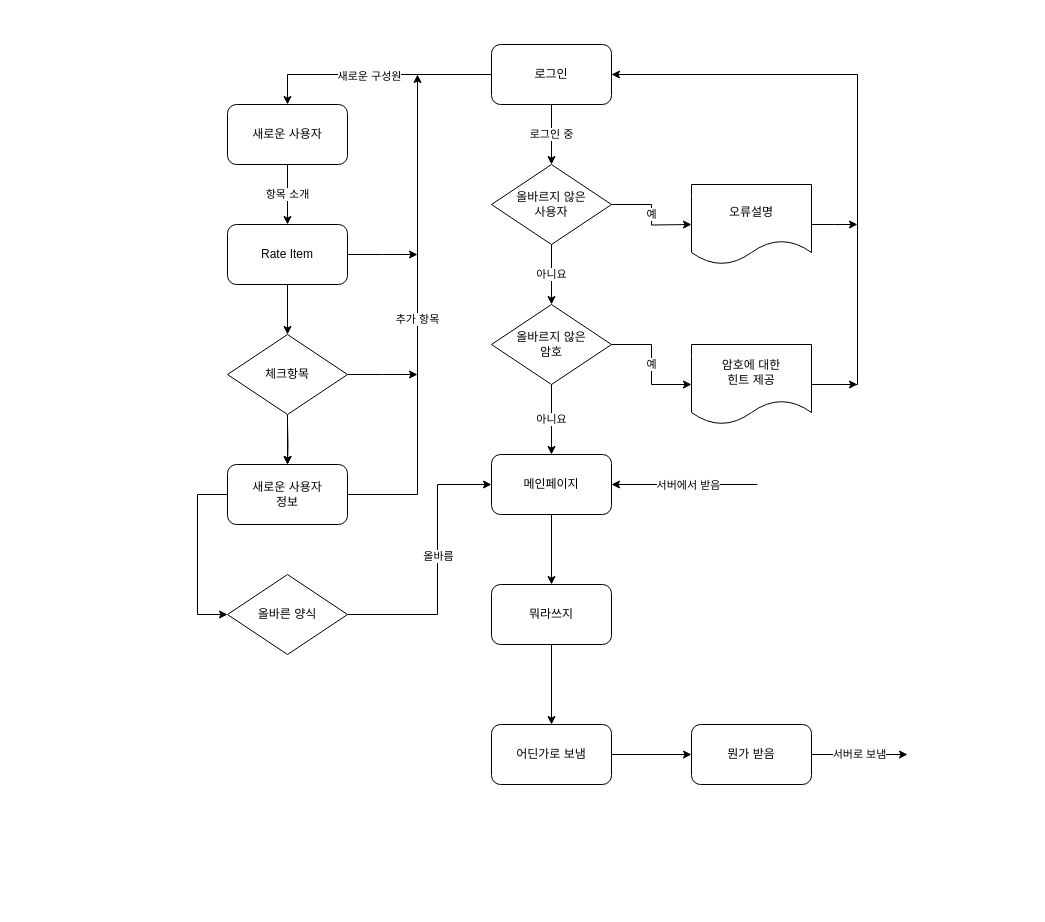
This is pageflow.drawio from I-m-Codefix/pageflow, a draw.io file, before an edit. Source tidied: cells renumbered, new cells numbered last; positions are measured from the earlier drawing's top-left corner, leaving out a move shared by most shapes. Both pictures are drawn from the tidied source at 100%, with x=0, y=0 at pixel (197, 44).
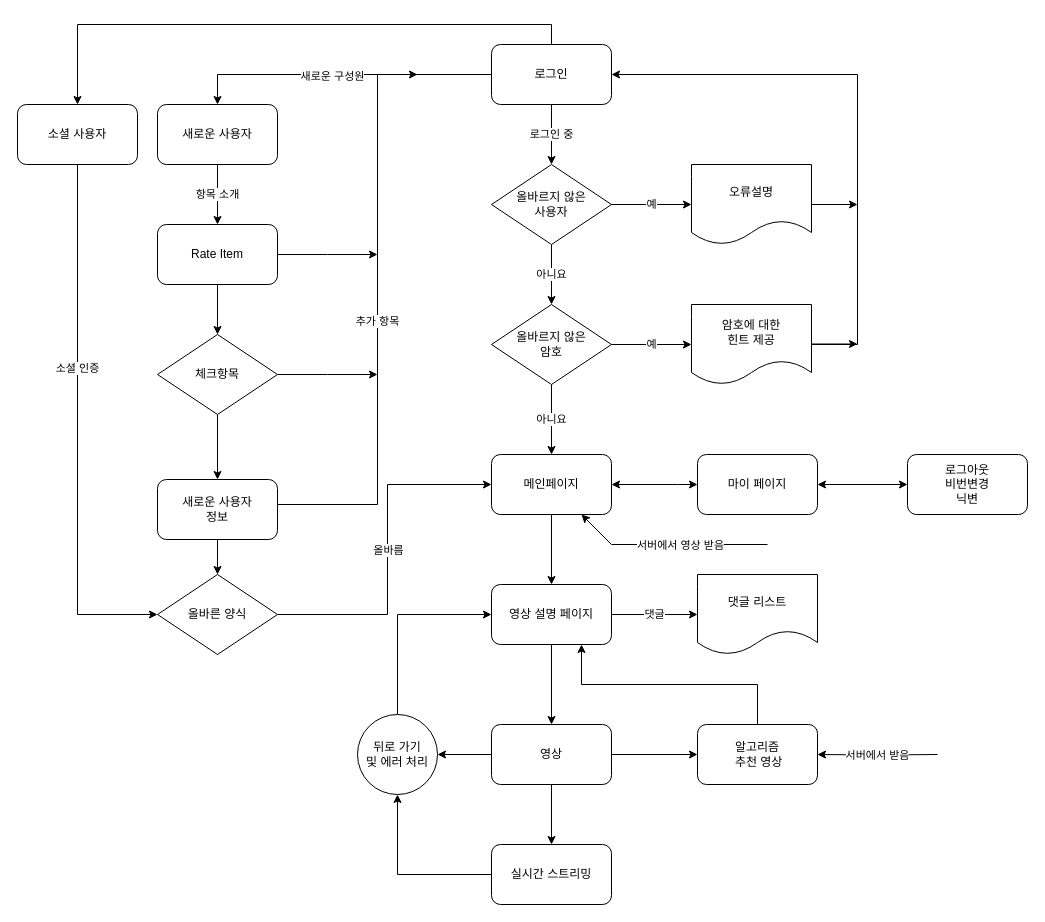
After the change.

Unchanged cells that the change refers to:
```xml
<mxCell id="5" value="로그인" style="rounded=1;whiteSpace=wrap;html=1;" parent="1" vertex="1">
  <mxGeometry x="294" width="120" height="60" as="geometry" />
</mxCell>
<mxCell id="8" value="올바르지 않은 &lt;br&gt;사용자" style="rhombus;whiteSpace=wrap;html=1;" parent="1" vertex="1">
  <mxGeometry x="294" y="120" width="120" height="80" as="geometry" />
</mxCell>
<mxCell id="22" value="메인페이지" style="rounded=1;whiteSpace=wrap;html=1;" parent="1" vertex="1">
  <mxGeometry x="294" y="410" width="120" height="60" as="geometry" />
</mxCell>
```

What changed in the source:
```diff
@@
+    <mxCell id="42" style="edgeStyle=orthogonalEdgeStyle;rounded=0;jettySize=auto;html=1;exitX=0.5;exitY=0;exitDx=0;exitDy=0;entryX=0.5;entryY=0;entryDx=0;entryDy=0;" parent="1" edge="1" source="5" target="53">
+      <mxGeometry relative="1" as="geometry" />
+    </mxCell>
@@
-    <mxCell id="7" value="예" style="edgeStyle=orthogonalEdgeStyle;rounded=0;jettySize=auto;html=1;" parent="1" edge="1" source="8">
-      <mxGeometry relative="1" as="geometry">
-        <mxPoint x="494" y="180" as="targetPoint" />
-      </mxGeometry>
+    <mxCell id="7" value="예" style="edgeStyle=orthogonalEdgeStyle;rounded=0;jettySize=auto;html=1;entryX=0;entryY=0.5;entryDx=0;entryDy=0;" parent="1" edge="1" source="8" target="13">
+      <mxGeometry relative="1" as="geometry" />
     </mxCell>
@@
     <mxCell id="12" style="edgeStyle=orthogonalEdgeStyle;rounded=0;jettySize=auto;html=1;exitX=1;exitY=0.5;exitDx=0;exitDy=0;" parent="1" edge="1" source="13">
       <mxGeometry relative="1" as="geometry">
-        <mxPoint x="660" y="180" as="targetPoint" />
+        <mxPoint x="660" y="160" as="targetPoint" />
+        <Array as="points">
+          <mxPoint x="660" y="160" />
+        </Array>
       </mxGeometry>
     </mxCell>
     <mxCell id="13" value="오류설명" style="shape=document;whiteSpace=wrap;html=1;boundedLbl=1;" parent="1" vertex="1">
-      <mxGeometry x="494" y="140" width="120" height="80" as="geometry" />
+      <mxGeometry x="494" y="120" width="120" height="80" as="geometry" />
     </mxCell>
     <mxCell id="14" style="edgeStyle=orthogonalEdgeStyle;rounded=0;jettySize=auto;html=1;exitX=1;exitY=0.5;exitDx=0;exitDy=0;entryX=1;entryY=0.5;entryDx=0;entryDy=0;" parent="1" edge="1" source="15" target="5">
       <mxGeometry relative="1" as="geometry">
         <Array as="points">
-          <mxPoint x="660" y="340" />
+          <mxPoint x="660" y="300" />
           <mxPoint x="660" y="30" />
         </Array>
       </mxGeometry>
     </mxCell>
     <mxCell id="15" value="암호에 대한 &lt;br&gt;힌트 제공" style="shape=document;whiteSpace=wrap;html=1;boundedLbl=1;" parent="1" vertex="1">
-      <mxGeometry x="494" y="300" width="120" height="80" as="geometry" />
+      <mxGeometry x="494" y="260" width="120" height="80" as="geometry" />
     </mxCell>
@@
     <mxCell id="17" value="새로운 사용자" style="rounded=1;whiteSpace=wrap;html=1;" parent="1" vertex="1">
-      <mxGeometry x="30" y="60" width="120" height="60" as="geometry" />
+      <mxGeometry x="-40" y="60" width="120" height="60" as="geometry" />
     </mxCell>
@@
     <mxCell id="19" style="edgeStyle=orthogonalEdgeStyle;rounded=0;jettySize=auto;html=1;exitX=1;exitY=0.5;exitDx=0;exitDy=0;" parent="1" edge="1" source="20">
       <mxGeometry relative="1" as="geometry">
-        <mxPoint x="220" y="210" as="targetPoint" />
+        <mxPoint x="180" y="210" as="targetPoint" />
       </mxGeometry>
     </mxCell>
     <mxCell id="20" value="Rate Item" style="whiteSpace=wrap;html=1;rounded=1;" parent="1" vertex="1">
-      <mxGeometry x="30" y="180" width="120" height="60" as="geometry" />
+      <mxGeometry x="-40" y="180" width="120" height="60" as="geometry" />
     </mxCell>
@@
-    <mxCell id="23" style="edgeStyle=orthogonalEdgeStyle;rounded=0;jettySize=auto;html=1;" parent="1" edge="1" target="29">
-      <mxGeometry relative="1" as="geometry">
-        <mxPoint x="90" y="380" as="sourcePoint" />
-      </mxGeometry>
-    </mxCell>
+    <mxCell id="25" style="edgeStyle=orthogonalEdgeStyle;rounded=0;jettySize=auto;html=1;exitX=1;exitY=0.5;exitDx=0;exitDy=0;" parent="1" edge="1" source="26">
+      <mxGeometry relative="1" as="geometry">
+        <mxPoint x="180" y="330" as="targetPoint" />
+      </mxGeometry>
+    </mxCell>
-    <mxCell id="24" style="edgeStyle=orthogonalEdgeStyle;rounded=0;jettySize=auto;html=1;" parent="1" edge="1" source="26" target="29">
+    <mxCell id="24" style="edgeStyle=orthogonalEdgeStyle;rounded=0;jettySize=auto;html=1;exitX=0.5;exitY=1;exitDx=0;exitDy=0;entryX=0.5;entryY=0;entryDx=0;entryDy=0;" parent="1" edge="1" source="26" target="29">
       <mxGeometry relative="1" as="geometry" />
     </mxCell>
-    <mxCell id="25" style="edgeStyle=orthogonalEdgeStyle;rounded=0;jettySize=auto;html=1;exitX=1;exitY=0.5;exitDx=0;exitDy=0;" parent="1" edge="1" source="26">
-      <mxGeometry relative="1" as="geometry">
-        <mxPoint x="220" y="330" as="targetPoint" />
-      </mxGeometry>
-    </mxCell>
     <mxCell id="26" value="체크항목" style="rhombus;whiteSpace=wrap;html=1;" parent="1" vertex="1">
-      <mxGeometry x="30" y="290" width="120" height="80" as="geometry" />
+      <mxGeometry x="-40" y="290" width="120" height="80" as="geometry" />
     </mxCell>
     <mxCell id="27" value="추가 항목" style="edgeStyle=orthogonalEdgeStyle;rounded=0;jettySize=auto;html=1;exitX=1;exitY=0.5;exitDx=0;exitDy=0;" parent="1" edge="1" source="29">
       <mxGeometry relative="1" as="geometry">
         <mxPoint x="220" y="30" as="targetPoint" />
         <Array as="points">
-          <mxPoint x="220" y="450" />
+          <mxPoint x="80" y="460" />
+          <mxPoint x="180" y="460" />
+          <mxPoint x="180" y="30" />
         </Array>
       </mxGeometry>
     </mxCell>
-    <mxCell id="28" style="edgeStyle=orthogonalEdgeStyle;rounded=0;jettySize=auto;html=1;exitX=0;exitY=0.5;exitDx=0;exitDy=0;entryX=0;entryY=0.5;entryDx=0;entryDy=0;" parent="1" edge="1" source="29" target="32">
-      <mxGeometry relative="1" as="geometry">
-        <Array as="points">
-          <mxPoint y="450" />
-          <mxPoint y="570" />
-        </Array>
-      </mxGeometry>
+    <mxCell id="28" style="edgeStyle=orthogonalEdgeStyle;rounded=0;jettySize=auto;html=1;exitX=0.5;exitY=1;exitDx=0;exitDy=0;entryX=0.5;entryY=0;entryDx=0;entryDy=0;" parent="1" edge="1" source="29" target="32">
+      <mxGeometry relative="1" as="geometry" />
     </mxCell>
     <mxCell id="29" value="새로운 사용자&lt;br&gt;정보" style="rounded=1;whiteSpace=wrap;html=1;" parent="1" vertex="1">
-      <mxGeometry x="30" y="420" width="120" height="60" as="geometry" />
+      <mxGeometry x="-40" y="435" width="120" height="60" as="geometry" />
     </mxCell>
     <mxCell id="30" style="edgeStyle=orthogonalEdgeStyle;rounded=0;jettySize=auto;html=1;exitX=1;exitY=0.5;exitDx=0;exitDy=0;" parent="1" edge="1" source="32" target="22">
       <mxGeometry relative="1" as="geometry">
         <Array as="points">
-          <mxPoint x="240" y="570" />
-          <mxPoint x="240" y="440" />
+          <mxPoint x="190" y="570" />
+          <mxPoint x="190" y="440" />
         </Array>
       </mxGeometry>
     </mxCell>
@@
     <mxCell id="32" value="올바른 양식" style="rhombus;whiteSpace=wrap;html=1;" parent="1" vertex="1">
-      <mxGeometry x="30" y="530" width="120" height="80" as="geometry" />
+      <mxGeometry x="-40" y="530" width="120" height="80" as="geometry" />
     </mxCell>
@@
+    <mxCell id="43" value="댓글" style="edgeStyle=orthogonalEdgeStyle;rounded=0;jettySize=auto;html=1;entryX=0;entryY=0.5;entryDx=0;entryDy=0;" parent="1" edge="1" source="34" target="49">
+      <mxGeometry relative="1" as="geometry" />
+    </mxCell>
-    <mxCell id="34" value="뭐라쓰지" style="whiteSpace=wrap;html=1;rounded=1;" parent="1" vertex="1">
+    <mxCell id="34" value="영상 설명 페이지" style="whiteSpace=wrap;html=1;rounded=1;" parent="1" vertex="1">
       <mxGeometry x="294" y="540" width="120" height="60" as="geometry" />
     </mxCell>
     <mxCell id="35" style="endArrow=classic;html=1;rounded=0;" parent="1" edge="1">
       <mxGeometry relative="1" as="geometry">
-        <mxPoint x="614" y="340" as="sourcePoint" />
-        <mxPoint x="660" y="340" as="targetPoint" />
+        <mxPoint x="614" y="299.5" as="sourcePoint" />
+        <mxPoint x="660" y="299.5" as="targetPoint" />
       </mxGeometry>
     </mxCell>
@@
+    <mxCell id="44" style="edgeStyle=orthogonalEdgeStyle;rounded=0;jettySize=auto;html=1;exitX=0.5;exitY=1;exitDx=0;exitDy=0;entryX=0.5;entryY=0;entryDx=0;entryDy=0;" parent="1" edge="1" source="37" target="48">
+      <mxGeometry relative="1" as="geometry" />
+    </mxCell>
+    <mxCell id="45" style="edgeStyle=orthogonalEdgeStyle;rounded=0;jettySize=auto;html=1;exitX=0;exitY=0.5;exitDx=0;exitDy=0;entryX=1;entryY=0.5;entryDx=0;entryDy=0;" parent="1" edge="1" source="37" target="51">
+      <mxGeometry relative="1" as="geometry" />
+    </mxCell>
-    <mxCell id="37" value="어딘가로 보냄" style="whiteSpace=wrap;html=1;rounded=1;" parent="1" vertex="1">
+    <mxCell id="37" value="영상" style="whiteSpace=wrap;html=1;rounded=1;" parent="1" vertex="1">
       <mxGeometry x="294" y="680" width="120" height="60" as="geometry" />
     </mxCell>
-    <mxCell id="38" value="서버로 보냄" style="edgeStyle=orthogonalEdgeStyle;rounded=0;jettySize=auto;html=1;exitX=1;exitY=0.5;exitDx=0;exitDy=0;" parent="1" edge="1" source="39">
+    <mxCell id="38" value="서버에서 받음" style="edgeStyle=orthogonalEdgeStyle;rounded=0;jettySize=auto;html=1;entryX=1;entryY=0.5;entryDx=0;entryDy=0;" parent="1" edge="1" target="39">
       <mxGeometry relative="1" as="geometry">
-        <mxPoint x="710" y="710" as="targetPoint" />
+        <mxPoint x="740" y="710" as="sourcePoint" />
       </mxGeometry>
     </mxCell>
+    <mxCell id="46" style="edgeStyle=orthogonalEdgeStyle;rounded=0;jettySize=auto;html=1;exitX=0.5;exitY=0;exitDx=0;exitDy=0;entryX=0.75;entryY=1;entryDx=0;entryDy=0;" parent="1" edge="1" source="39" target="34">
+      <mxGeometry relative="1" as="geometry" />
+    </mxCell>
-    <mxCell id="39" value="뭔가 받음" style="whiteSpace=wrap;html=1;rounded=1;" parent="1" vertex="1">
-      <mxGeometry x="494" y="680" width="120" height="60" as="geometry" />
+    <mxCell id="39" value="알고리즘&lt;br&gt;&amp;nbsp;추천 영상" style="whiteSpace=wrap;html=1;rounded=1;" parent="1" vertex="1">
+      <mxGeometry x="500" y="680" width="120" height="60" as="geometry" />
     </mxCell>
-    <mxCell id="40" style="endArrow=classic;html=1;rounded=0;entryX=1;entryY=0.5;entryDx=0;entryDy=0;" parent="1" edge="1" target="22">
+    <mxCell id="40" style="endArrow=classic;html=1;rounded=0;entryX=0.75;entryY=1;entryDx=0;entryDy=0;" parent="1" edge="1" target="22">
       <mxGeometry relative="1" as="geometry">
-        <mxPoint x="560" y="440" as="sourcePoint" />
+        <mxPoint x="570" y="500" as="sourcePoint" />
+        <Array as="points">
+          <mxPoint x="414" y="500" />
+        </Array>
       </mxGeometry>
     </mxCell>
-    <mxCell id="41" value="서버에서 받음" style="edgeLabel;html=1;align=center;verticalAlign=middle;" parent="40" vertex="1">
+    <mxCell id="41" value="서버에서 영상 받음" style="edgeLabel;html=1;align=center;verticalAlign=middle;" parent="40" vertex="1">
       <mxGeometry x="-0.29" y="3" relative="1" as="geometry">
         <mxPoint x="-18" y="-3" as="offset" />
       </mxGeometry>
     </mxCell>
+    <mxCell id="47" style="edgeStyle=orthogonalEdgeStyle;rounded=0;jettySize=auto;html=1;exitX=0;exitY=0.5;exitDx=0;exitDy=0;entryX=0.5;entryY=1;entryDx=0;entryDy=0;" parent="1" edge="1" source="48" target="51">
+      <mxGeometry relative="1" as="geometry" />
+    </mxCell>
+    <mxCell id="48" value="실시간 스트리밍" style="whiteSpace=wrap;html=1;rounded=1;" parent="1" vertex="1">
+      <mxGeometry x="294" y="800" width="120" height="60" as="geometry" />
+    </mxCell>
+    <mxCell id="49" value="댓글 리스트" style="shape=document;whiteSpace=wrap;html=1;boundedLbl=1;" parent="1" vertex="1">
+      <mxGeometry x="500" y="530" width="120" height="80" as="geometry" />
+    </mxCell>
+    <mxCell id="50" style="edgeStyle=orthogonalEdgeStyle;rounded=0;jettySize=auto;html=1;exitX=0.5;exitY=0;exitDx=0;exitDy=0;entryX=0;entryY=0.5;entryDx=0;entryDy=0;" parent="1" edge="1" source="51" target="34">
+      <mxGeometry relative="1" as="geometry" />
+    </mxCell>
+    <mxCell id="51" value="&lt;span&gt;뒤로 가기&lt;/span&gt;&lt;br&gt;&lt;span&gt;및 에러 처리&lt;/span&gt;" style="ellipse;whiteSpace=wrap;html=1;" parent="1" vertex="1">
+      <mxGeometry x="160" y="670" width="80" height="80" as="geometry" />
+    </mxCell>
+    <mxCell id="52" value="소셜 인증" style="edgeStyle=orthogonalEdgeStyle;rounded=0;jettySize=auto;html=1;exitX=0.5;exitY=1;exitDx=0;exitDy=0;entryX=0;entryY=0.5;entryDx=0;entryDy=0;" parent="1" edge="1" source="53" target="32">
+      <mxGeometry x="-0.23" relative="1" as="geometry" />
+    </mxCell>
+    <mxCell id="53" value="소셜 사용자" style="rounded=1;whiteSpace=wrap;html=1;" parent="1" vertex="1">
+      <mxGeometry x="-180" y="60" width="120" height="60" as="geometry" />
+    </mxCell>
+    <mxCell id="54" value="마이 페이지" style="rounded=1;whiteSpace=wrap;html=1;" parent="1" vertex="1">
+      <mxGeometry x="500" y="410" width="120" height="60" as="geometry" />
+    </mxCell>
+    <mxCell id="55" value="로그아웃&lt;br&gt;비번변경&lt;br&gt;닉변" style="rounded=1;whiteSpace=wrap;html=1;" parent="1" vertex="1">
+      <mxGeometry x="710" y="410" width="120" height="60" as="geometry" />
+    </mxCell>
+    <mxCell id="56" style="endArrow=classic;startArrow=classic;html=1;rounded=0;exitX=0;exitY=0.5;exitDx=0;exitDy=0;entryX=1;entryY=0.5;entryDx=0;entryDy=0;" parent="1" edge="1" source="55" target="54">
+      <mxGeometry relative="1" as="geometry" />
+    </mxCell>
+    <mxCell id="57" style="endArrow=classic;startArrow=classic;html=1;rounded=0;entryX=0;entryY=0.5;entryDx=0;entryDy=0;exitX=1;exitY=0.5;exitDx=0;exitDy=0;edgeStyle=orthogonalEdgeStyle;" parent="1" edge="1" source="22" target="54">
+      <mxGeometry relative="1" as="geometry">
+        <Array as="points">
+          <mxPoint x="480" y="440" />
+          <mxPoint x="480" y="440" />
+        </Array>
+      </mxGeometry>
+    </mxCell>
```
